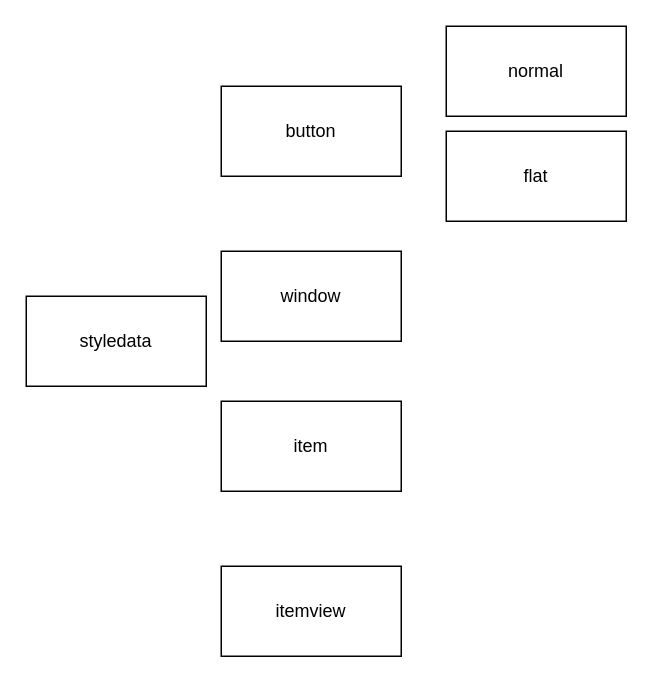
ichinoseyuu/PySide6-ZenUI keeps this draw.io diagram as docs/design_paper/styledata.drawio. Above is the earlier version. Source tidied: cells renumbered, new cells numbered last; positions are measured from the earlier drawing's top-left corner, leaving out a move shared by most shapes. Both pictures are drawn from the tidied source at 150%, with x=0, y=0 at pixel (26, 26).
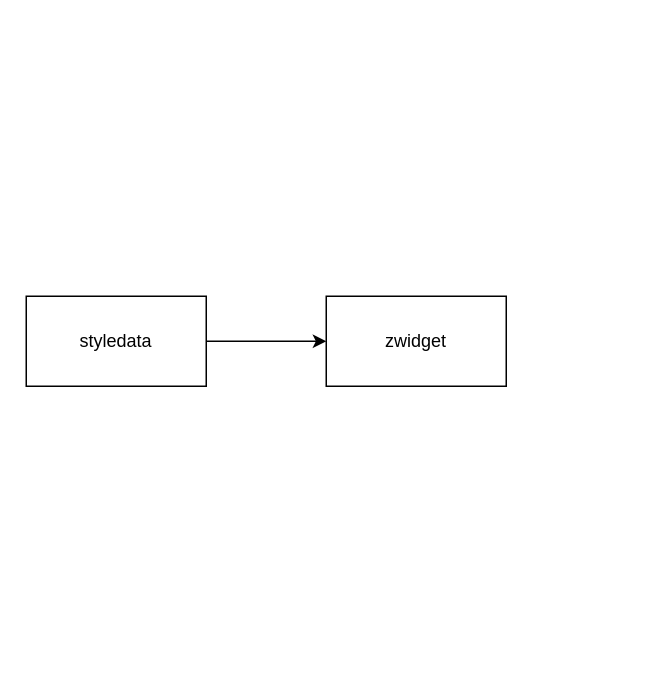
The same page after the edit.

The edit, as a diff of the source:
```diff
@@
 <mxGraphModel>
   <root>
     <mxCell id="0" />
     <mxCell id="1" parent="0" />
+    <mxCell id="9" style="edgeStyle=none;html=1;" parent="1" edge="1" source="2" target="8">
+      <mxGeometry relative="1" as="geometry" />
+    </mxCell>
     <mxCell id="2" value="styledata" style="rounded=0;whiteSpace=wrap;html=1;" parent="1" vertex="1">
       <mxGeometry y="180" width="120" height="60" as="geometry" />
     </mxCell>
-    <mxCell id="3" value="button" style="rounded=0;whiteSpace=wrap;html=1;" parent="1" vertex="1">
-      <mxGeometry x="130" y="40" width="120" height="60" as="geometry" />
-    </mxCell>
-    <mxCell id="4" value="window" style="rounded=0;whiteSpace=wrap;html=1;" parent="1" vertex="1">
-      <mxGeometry x="130" y="150" width="120" height="60" as="geometry" />
-    </mxCell>
-    <mxCell id="5" value="item" style="rounded=0;whiteSpace=wrap;html=1;" parent="1" vertex="1">
-      <mxGeometry x="130" y="250" width="120" height="60" as="geometry" />
-    </mxCell>
-    <mxCell id="6" value="itemview" style="rounded=0;whiteSpace=wrap;html=1;" parent="1" vertex="1">
-      <mxGeometry x="130" y="360" width="120" height="60" as="geometry" />
-    </mxCell>
-    <mxCell id="7" value="flat" style="rounded=0;whiteSpace=wrap;html=1;" parent="1" vertex="1">
-      <mxGeometry x="280" y="70" width="120" height="60" as="geometry" />
-    </mxCell>
-    <mxCell id="8" value="normal" style="rounded=0;whiteSpace=wrap;html=1;" parent="1" vertex="1">
-      <mxGeometry x="280" width="120" height="60" as="geometry" />
+    <mxCell id="8" value="zwidget" style="rounded=0;whiteSpace=wrap;html=1;" parent="1" vertex="1">
+      <mxGeometry x="200" y="180" width="120" height="60" as="geometry" />
     </mxCell>
   </root>
 </mxGraphModel>
```
